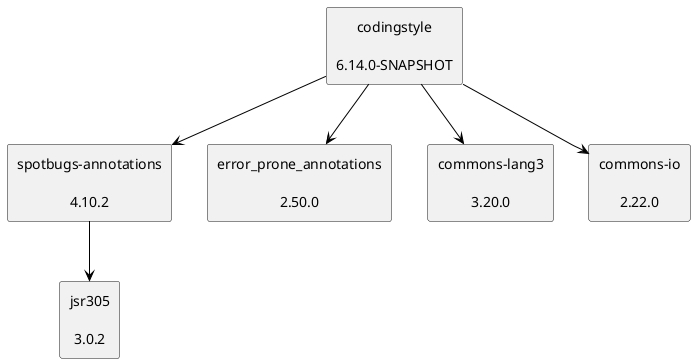
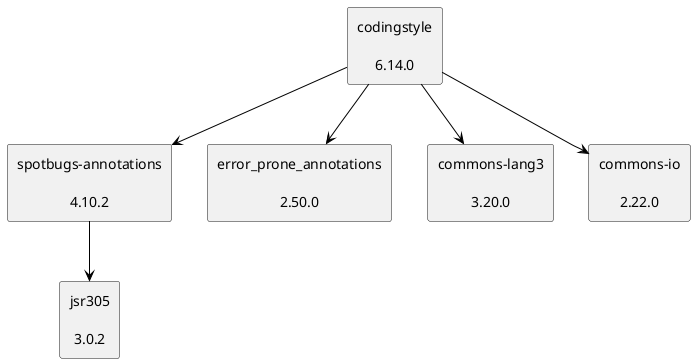
@startuml
skinparam defaultTextAlignment center
skinparam rectangle {
  BackgroundColor<<optional>> beige
  BackgroundColor<<test>> lightGreen
  BackgroundColor<<runtime>> lightBlue
  BackgroundColor<<provided>> lightGray
}
rectangle "spotbugs-annotations\n\n4.10.2" as com_github_spotbugs_spotbugs_annotations_jar
rectangle "jsr305\n\n3.0.2" as com_google_code_findbugs_jsr305_jar
- rectangle "codingstyle\n\n6.14.0-SNAPSHOT" as edu_hm_hafner_codingstyle_jar
+ rectangle "codingstyle\n\n6.14.0" as edu_hm_hafner_codingstyle_jar
rectangle "error_prone_annotations\n\n2.50.0" as com_google_errorprone_error_prone_annotations_jar
rectangle "commons-lang3\n\n3.20.0" as org_apache_commons_commons_lang3_jar
rectangle "commons-io\n\n2.22.0" as commons_io_commons_io_jar
com_github_spotbugs_spotbugs_annotations_jar -[#000000]-> com_google_code_findbugs_jsr305_jar
edu_hm_hafner_codingstyle_jar -[#000000]-> com_github_spotbugs_spotbugs_annotations_jar
edu_hm_hafner_codingstyle_jar -[#000000]-> com_google_errorprone_error_prone_annotations_jar
edu_hm_hafner_codingstyle_jar -[#000000]-> org_apache_commons_commons_lang3_jar
edu_hm_hafner_codingstyle_jar -[#000000]-> commons_io_commons_io_jar
@enduml